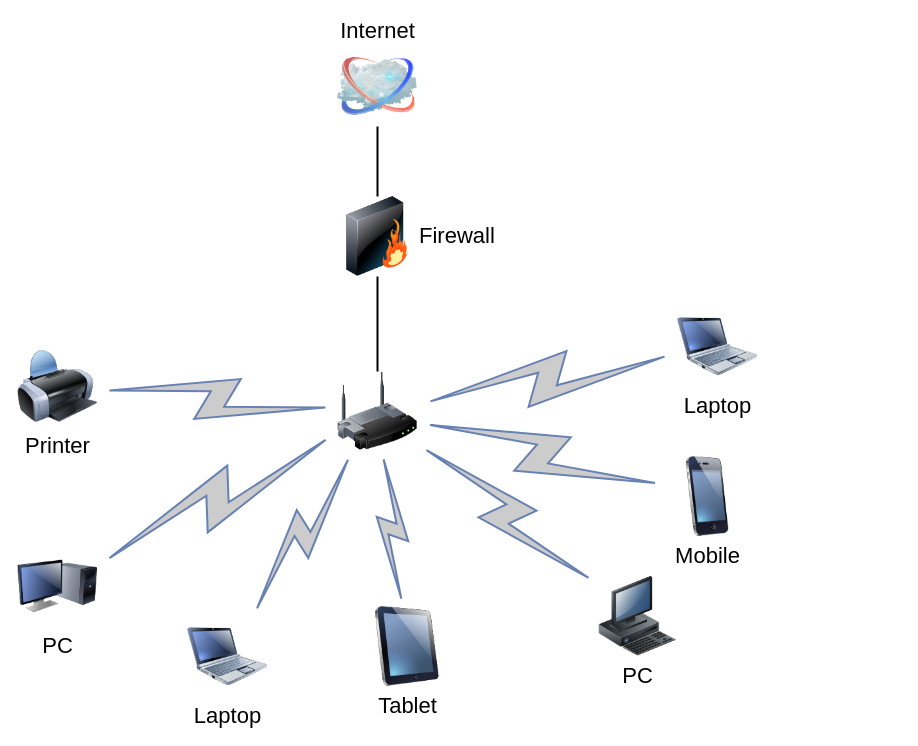
Before: draws/network-pre.drawio in HidemaruOwO/drawio, a draw.io diagram. Source tidied: cells renumbered, new cells numbered last; positions are measured from the earlier drawing's top-left corner, leaving out a move shared by most shapes. Both pictures are drawn from the tidied source at 100%, with x=0, y=0 at pixel (17, 46).
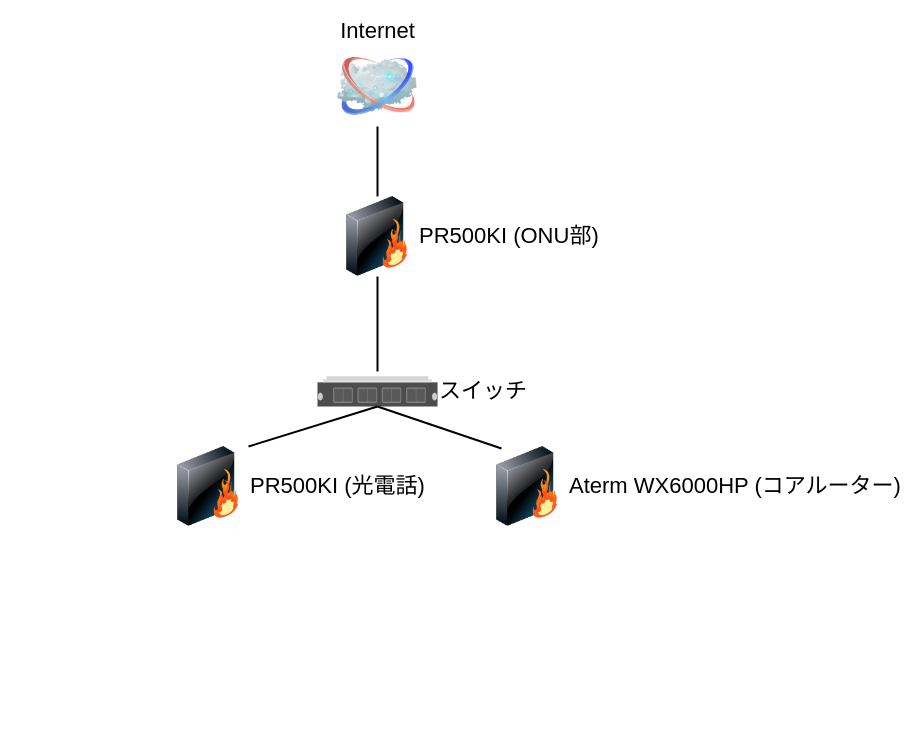
The same page after the edit.

Commit message:
network-pre.drawio を更新します

The edit, as a diff of the source:
```diff
@@
-    <mxCell id="2" style="edgeStyle=none;rounded=0;html=1;labelBackgroundColor=none;endArrow=none;strokeWidth=2;fontFamily=Verdana;fontSize=22;" parent="1" edge="1" source="3" target="6">
-      <mxGeometry relative="1" as="geometry" />
+    <mxCell id="2" style="edgeStyle=none;rounded=0;html=1;labelBackgroundColor=none;endArrow=none;strokeWidth=2;fontFamily=Verdana;fontSize=22;" parent="1" edge="1" target="6">
+      <mxGeometry relative="1" as="geometry">
+        <mxPoint x="360" y="325" as="sourcePoint" />
+      </mxGeometry>
     </mxCell>
-    <mxCell id="3" style="image;html=1;labelBackgroundColor=#ffffff;image=img/lib/clip_art/networking/Wireless_Router_128x128.png;rounded=1;shadow=0;comic=0;strokeWidth=2;fontSize=22;" parent="1" vertex="1">
-      <mxGeometry x="320" y="325" width="80" height="80" as="geometry" />
-    </mxCell>
@@
-    <mxCell id="6" value="Firewall" style="image;html=1;labelBackgroundColor=#ffffff;image=img/lib/clip_art/networking/Firewall_128x128.png;rounded=1;shadow=0;comic=0;strokeWidth=2;fontSize=22;labelPosition=right;verticalLabelPosition=middle;align=left;verticalAlign=middle;" parent="1" vertex="1">
+    <mxCell id="6" value="PR500KI (ONU部)" style="image;html=1;labelBackgroundColor=#ffffff;image=img/lib/clip_art/networking/Firewall_128x128.png;rounded=1;shadow=0;comic=0;strokeWidth=2;fontSize=22;labelPosition=right;verticalLabelPosition=middle;align=left;verticalAlign=middle;" parent="1" vertex="1">
       <mxGeometry x="320" y="150" width="80" height="80" as="geometry" />
     </mxCell>
-    <mxCell id="7" value="Tablet" style="image;html=1;labelBackgroundColor=#ffffff;image=img/lib/clip_art/computers/iPad_128x128.png;rounded=1;shadow=0;comic=0;strokeWidth=2;fontSize=22;" parent="1" vertex="1">
-      <mxGeometry x="350" y="560" width="80" height="80" as="geometry" />
-    </mxCell>
-    <mxCell id="8" value="PC" style="image;html=1;labelBackgroundColor=#ffffff;image=img/lib/clip_art/computers/Monitor_Tower_128x128.png;rounded=1;shadow=0;comic=0;strokeWidth=2;fontSize=22;" parent="1" vertex="1">
-      <mxGeometry y="500" width="80" height="80" as="geometry" />
-    </mxCell>
-    <mxCell id="9" value="Printer" style="image;html=1;labelBackgroundColor=#ffffff;image=img/lib/clip_art/computers/Printer_128x128.png;rounded=1;shadow=0;comic=0;strokeWidth=2;fontSize=22;" parent="1" vertex="1">
-      <mxGeometry y="300" width="80" height="80" as="geometry" />
-    </mxCell>
-    <mxCell id="10" value="PC" style="image;html=1;labelBackgroundColor=#ffffff;image=img/lib/clip_art/computers/Workstation_128x128.png;rounded=1;shadow=0;comic=0;strokeWidth=2;fontSize=22;" parent="1" vertex="1">
-      <mxGeometry x="580" y="530" width="80" height="80" as="geometry" />
-    </mxCell>
-    <mxCell id="11" value="Mobile" style="image;html=1;labelBackgroundColor=#ffffff;image=img/lib/clip_art/telecommunication/iPhone_128x128.png;rounded=1;shadow=0;comic=0;strokeWidth=2;fontSize=22;" parent="1" vertex="1">
-      <mxGeometry x="650" y="410" width="80" height="80" as="geometry" />
-    </mxCell>
-    <mxCell id="12" value="Laptop" style="image;html=1;labelBackgroundColor=#ffffff;image=img/lib/clip_art/computers/Netbook_128x128.png;rounded=1;shadow=0;comic=0;strokeColor=#000000;strokeWidth=2;fillColor=#FFFFFF;fontSize=22;fontColor=#000000;" parent="1" vertex="1">
-      <mxGeometry x="660" y="260" width="80" height="80" as="geometry" />
-    </mxCell>
-    <mxCell id="13" value="Laptop" style="image;html=1;labelBackgroundColor=#ffffff;image=img/lib/clip_art/computers/Netbook_128x128.png;rounded=1;shadow=0;comic=0;strokeWidth=2;fontSize=22;" parent="1" vertex="1">
-      <mxGeometry x="170" y="570" width="80" height="80" as="geometry" />
-    </mxCell>
-    <mxCell id="14" style="html=1;fillColor=#CCCCCC;strokeColor=#6881B3;gradientColor=none;gradientDirection=north;strokeWidth=2;shape=mxgraph.networks.comm_link_edge;html=1;labelBackgroundColor=none;endArrow=none;fontFamily=Verdana;fontSize=22;fontColor=#000000;" parent="1" edge="1" source="9" target="3">
-      <mxGeometry relative="1" as="geometry" />
-    </mxCell>
-    <mxCell id="15" style="html=1;fillColor=#CCCCCC;strokeColor=#6881B3;gradientColor=none;gradientDirection=north;strokeWidth=2;shape=mxgraph.networks.comm_link_edge;html=1;labelBackgroundColor=none;endArrow=none;fontFamily=Verdana;fontSize=22;fontColor=#000000;fontStyle=1;" parent="1" edge="1" source="8" target="3">
-      <mxGeometry relative="1" as="geometry" />
-    </mxCell>
-    <mxCell id="16" style="html=1;fillColor=#CCCCCC;strokeColor=#6881B3;gradientColor=none;gradientDirection=north;strokeWidth=2;shape=mxgraph.networks.comm_link_edge;html=1;labelBackgroundColor=none;endArrow=none;fontFamily=Verdana;fontSize=22;fontColor=#000000;" parent="1" edge="1" source="13" target="3">
-      <mxGeometry relative="1" as="geometry" />
-    </mxCell>
-    <mxCell id="17" style="html=1;fillColor=#CCCCCC;strokeColor=#6881B3;gradientColor=none;gradientDirection=north;strokeWidth=2;shape=mxgraph.networks.comm_link_edge;html=1;labelBackgroundColor=none;endArrow=none;fontFamily=Verdana;fontSize=22;fontColor=#000000;" parent="1" edge="1" source="7" target="3">
-      <mxGeometry relative="1" as="geometry" />
-    </mxCell>
-    <mxCell id="18" style="html=1;fillColor=#CCCCCC;strokeColor=#6881B3;gradientColor=none;gradientDirection=north;strokeWidth=2;shape=mxgraph.networks.comm_link_edge;html=1;labelBackgroundColor=none;endArrow=none;fontFamily=Verdana;fontSize=22;fontColor=#000000;" parent="1" edge="1" source="10" target="3">
-      <mxGeometry relative="1" as="geometry" />
-    </mxCell>
-    <mxCell id="19" style="html=1;fillColor=#CCCCCC;strokeColor=#6881B3;gradientColor=none;gradientDirection=north;strokeWidth=2;shape=mxgraph.networks.comm_link_edge;html=1;labelBackgroundColor=none;endArrow=none;fontFamily=Verdana;fontSize=22;fontColor=#000000;" parent="1" edge="1" source="11" target="3">
-      <mxGeometry relative="1" as="geometry" />
-    </mxCell>
-    <mxCell id="20" style="html=1;fillColor=#CCCCCC;strokeColor=#6881B3;gradientColor=none;gradientDirection=north;strokeWidth=2;shape=mxgraph.networks.comm_link_edge;html=1;labelBackgroundColor=none;endArrow=none;fontFamily=Verdana;fontSize=22;fontColor=#000000;" parent="1" edge="1" source="12" target="3">
-      <mxGeometry relative="1" as="geometry" />
-    </mxCell>
+    <mxCell id="21" value="スイッチ" style="html=1;verticalLabelPosition=middle;verticalAlign=middle;shadow=0;dashed=0;shape=mxgraph.rack.hpe_aruba.switches.jl084a_3810m_2930m_4_port_stacking_module;align=left;labelPosition=right;fontSize=22;labelBackgroundColor=default;" parent="1" vertex="1">
+      <mxGeometry x="300" y="330" width="120" height="30" as="geometry" />
+    </mxCell>
+    <mxCell id="22" value="PR500KI (光電話)" style="image;html=1;labelBackgroundColor=#ffffff;image=img/lib/clip_art/networking/Firewall_128x128.png;rounded=1;shadow=0;comic=0;strokeWidth=2;fontSize=22;labelPosition=right;verticalLabelPosition=middle;align=left;verticalAlign=middle;" parent="1" vertex="1">
+      <mxGeometry x="151" y="400" width="80" height="80" as="geometry" />
+    </mxCell>
+    <mxCell id="23" value="Aterm WX6000HP (コアルーター)" style="image;html=1;labelBackgroundColor=#ffffff;image=img/lib/clip_art/networking/Firewall_128x128.png;rounded=1;shadow=0;comic=0;strokeWidth=2;fontSize=22;labelPosition=right;verticalLabelPosition=middle;align=left;verticalAlign=middle;" parent="1" vertex="1">
+      <mxGeometry x="470" y="400" width="80" height="80" as="geometry" />
+    </mxCell>
+    <mxCell id="24" style="endArrow=none;html=1;rounded=0;exitX=1;exitY=0;exitDx=0;exitDy=0;strokeWidth=2;" parent="1" edge="1" source="22">
+      <mxGeometry relative="1" as="geometry">
+        <mxPoint x="360" y="360" as="targetPoint" />
+      </mxGeometry>
+    </mxCell>
+    <mxCell id="25" style="endArrow=none;html=1;rounded=0;exitX=0.175;exitY=0.025;exitDx=0;exitDy=0;exitPerimeter=0;strokeWidth=2;" parent="1" edge="1" source="23">
+      <mxGeometry relative="1" as="geometry">
+        <mxPoint x="360" y="360" as="targetPoint" />
+      </mxGeometry>
+    </mxCell>
```
